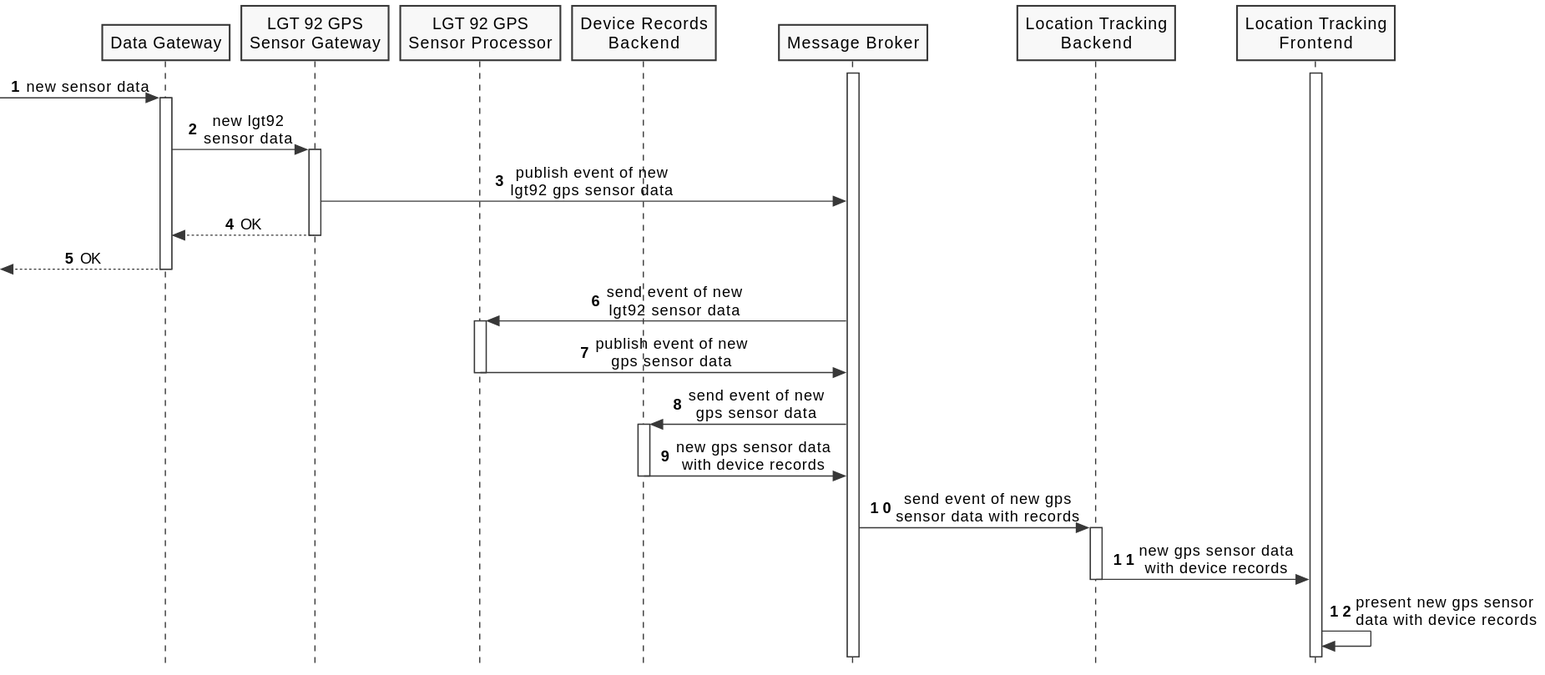
FilipeMCruz/sensae-console keeps this PlantUML diagram as docs/diagrams/process-view-level2-uc01.svg. Above is the earlier version.
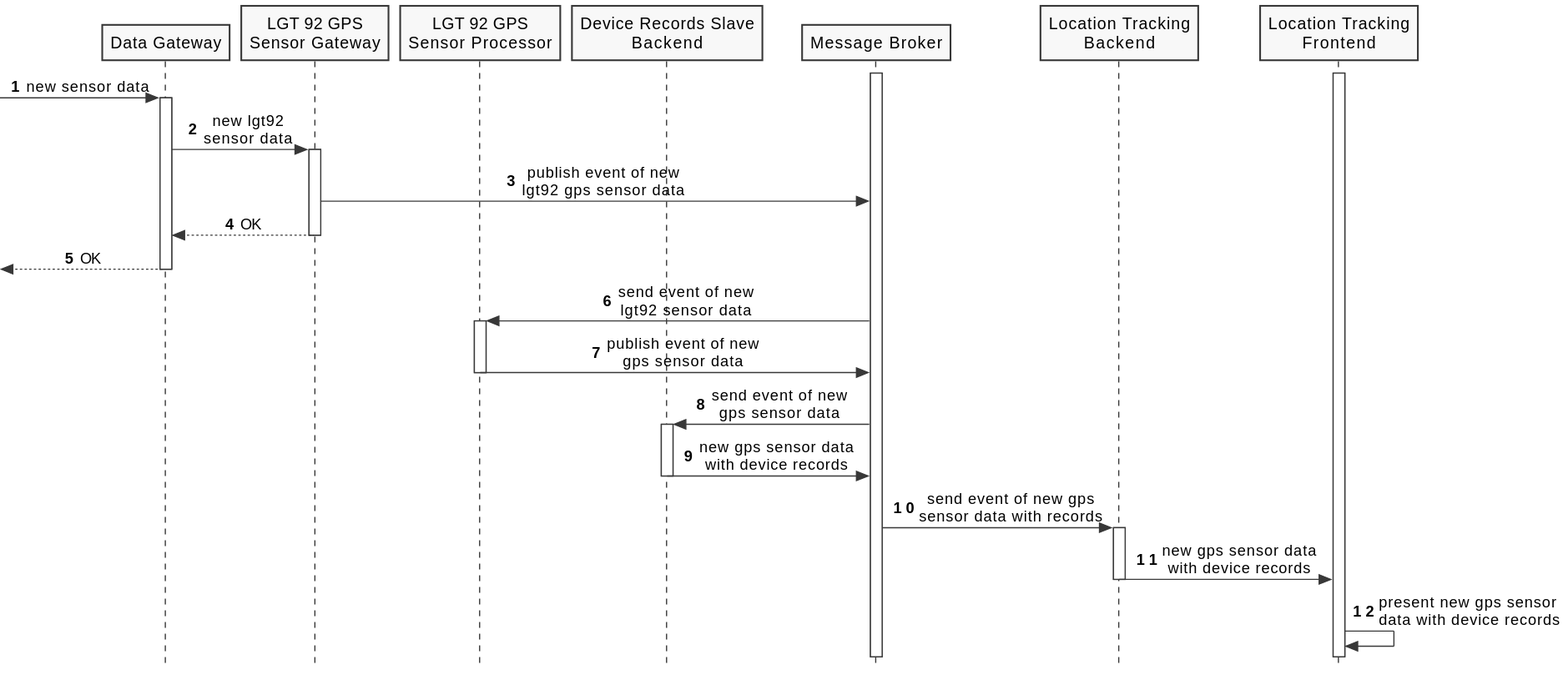
After the commit.

The edit, as a diff of the source:
```diff
@@ -10,7 +10,7 @@
 participant "Data Gateway" as DG
 participant "LGT 92 GPS\nSensor Gateway" as LGT92GPSG
 participant "LGT 92 GPS\nSensor Processor" as LGT92GPSP
-participant "Device Records\nBackend" as DRB
+participant "Device Records Slave\nBackend" as DRB
 participant "Message Broker" as MB
 participant "Location Tracking\nBackend" as LTB
 participant "Location Tracking\nFrontend" as LTF
```
